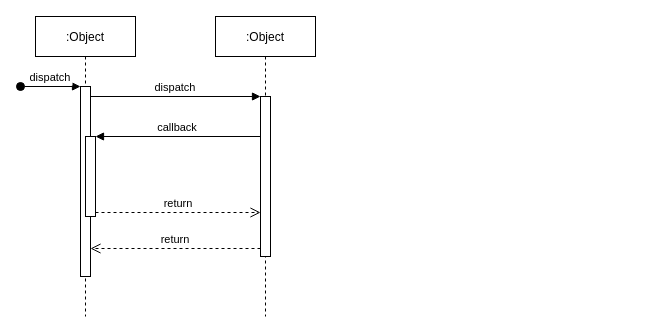
The draw.io diagram Untitled Diagram.drawio in jwang11/c-14_demo, before the edit. Source tidied: cells renumbered, new cells numbered last; positions are measured from the earlier drawing's top-left corner, leaving out a move shared by most shapes. Both pictures are drawn from the tidied source at 100%, with x=0, y=0 at pixel (20, 16).
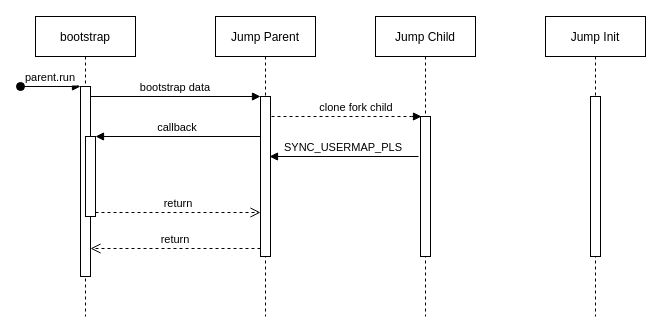
The same diagram, later.

Unchanged cells that the change refers to:
```xml
<mxCell id="3" style="points=[];perimeter=orthogonalPerimeter;rounded=0;shadow=0;strokeWidth=1;" parent="2" vertex="1">
  <mxGeometry x="45" y="70" width="10" height="190" as="geometry" />
</mxCell>
<mxCell id="7" style="points=[];perimeter=orthogonalPerimeter;rounded=0;shadow=0;strokeWidth=1;" parent="6" vertex="1">
  <mxGeometry x="45" y="80" width="10" height="160" as="geometry" />
</mxCell>
```

What changed in the source:
```diff
@@
-    <mxCell id="2" value=":Object" style="shape=umlLifeline;perimeter=lifelinePerimeter;rounded=0;shadow=0;strokeWidth=1;" parent="1" vertex="1">
+    <mxCell id="2" value="bootstrap" style="shape=umlLifeline;perimeter=lifelinePerimeter;rounded=0;shadow=0;strokeWidth=1;" parent="1" vertex="1">
       <mxGeometry x="15" width="100" height="300" as="geometry" />
     </mxCell>
@@
-    <mxCell id="4" value="dispatch" style="verticalAlign=bottom;startArrow=oval;endArrow=block;startSize=8;shadow=0;strokeWidth=1;" parent="2" edge="1" target="3">
+    <mxCell id="4" value="parent.run" style="verticalAlign=bottom;startArrow=oval;endArrow=block;startSize=8;shadow=0;strokeWidth=1;" parent="2" edge="1" target="3">
       <mxGeometry relative="1" as="geometry">
         <mxPoint x="-15" y="70" as="sourcePoint" />
       </mxGeometry>
     </mxCell>
@@
-    <mxCell id="6" value=":Object" style="shape=umlLifeline;perimeter=lifelinePerimeter;rounded=0;shadow=0;strokeWidth=1;" parent="1" vertex="1">
+    <mxCell id="6" value="Jump Parent" style="shape=umlLifeline;perimeter=lifelinePerimeter;rounded=0;shadow=0;strokeWidth=1;" parent="1" vertex="1">
       <mxGeometry x="195" width="100" height="300" as="geometry" />
     </mxCell>
@@
-    <mxCell id="9" value="dispatch" style="verticalAlign=bottom;endArrow=block;entryX=0;entryY=0;shadow=0;strokeWidth=1;" parent="1" edge="1" source="3" target="7">
+    <mxCell id="9" value="bootstrap data" style="verticalAlign=bottom;endArrow=block;entryX=0;entryY=0;shadow=0;strokeWidth=1;" parent="1" edge="1" source="3" target="7">
       <mxGeometry relative="1" as="geometry" />
     </mxCell>
@@
+    <mxCell id="12" value="Jump Child" style="shape=umlLifeline;perimeter=lifelinePerimeter;rounded=0;shadow=0;strokeWidth=1;" parent="1" vertex="1">
+      <mxGeometry x="355" width="100" height="300" as="geometry" />
+    </mxCell>
+    <mxCell id="13" style="perimeter=orthogonalPerimeter;rounded=0;shadow=0;strokeWidth=1;" parent="12" vertex="1">
+      <mxGeometry x="45" y="100" width="10" height="140" as="geometry" />
+    </mxCell>
+    <mxCell id="14" value="Jump Init" style="shape=umlLifeline;perimeter=lifelinePerimeter;rounded=0;shadow=0;strokeWidth=1;" parent="1" vertex="1">
+      <mxGeometry x="525" width="100" height="300" as="geometry" />
+    </mxCell>
+    <mxCell id="15" style="perimeter=orthogonalPerimeter;rounded=0;shadow=0;strokeWidth=1;" parent="14" vertex="1">
+      <mxGeometry x="45" y="80" width="10" height="160" as="geometry" />
+    </mxCell>
+    <mxCell id="16" value="clone fork child" style="verticalAlign=bottom;endArrow=block;entryX=0;entryY=0;shadow=0;strokeWidth=1;dashed=1;" parent="1" edge="1">
+      <mxGeometry relative="1" as="geometry">
+        <mxPoint x="251" y="100" as="sourcePoint" />
+        <mxPoint x="401" y="100" as="targetPoint" />
+        <Array as="points">
+          <mxPoint x="401" y="100" />
+          <mxPoint x="391" y="100" />
+        </Array>
+      </mxGeometry>
+    </mxCell>
+    <mxCell id="17" value="SYNC_USERMAP_PLS" style="verticalAlign=bottom;endArrow=block;entryX=1;entryY=0;shadow=0;strokeWidth=1;" parent="1" edge="1">
+      <mxGeometry relative="1" as="geometry">
+        <mxPoint x="398" y="140" as="sourcePoint" />
+        <mxPoint x="249" y="140" as="targetPoint" />
+      </mxGeometry>
+    </mxCell>
```
